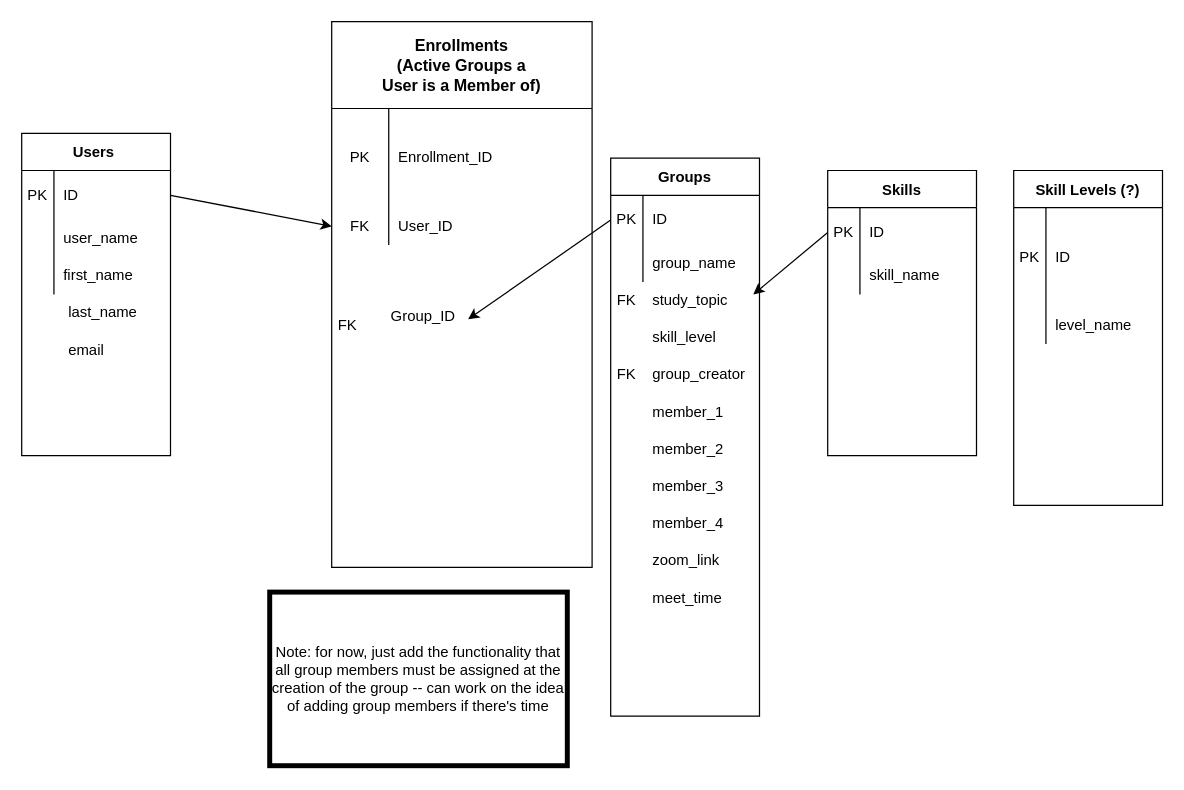
Above: erd/er.dio in shawnbradyrobinson/study-group-maker (draw.io), before the change. Source tidied: cells renumbered, new cells numbered last; positions are measured from the earlier drawing's top-left corner, leaving out a move shared by most shapes. Both pictures are drawn from the tidied source at 124%, with x=0, y=0 at pixel (21, 21).
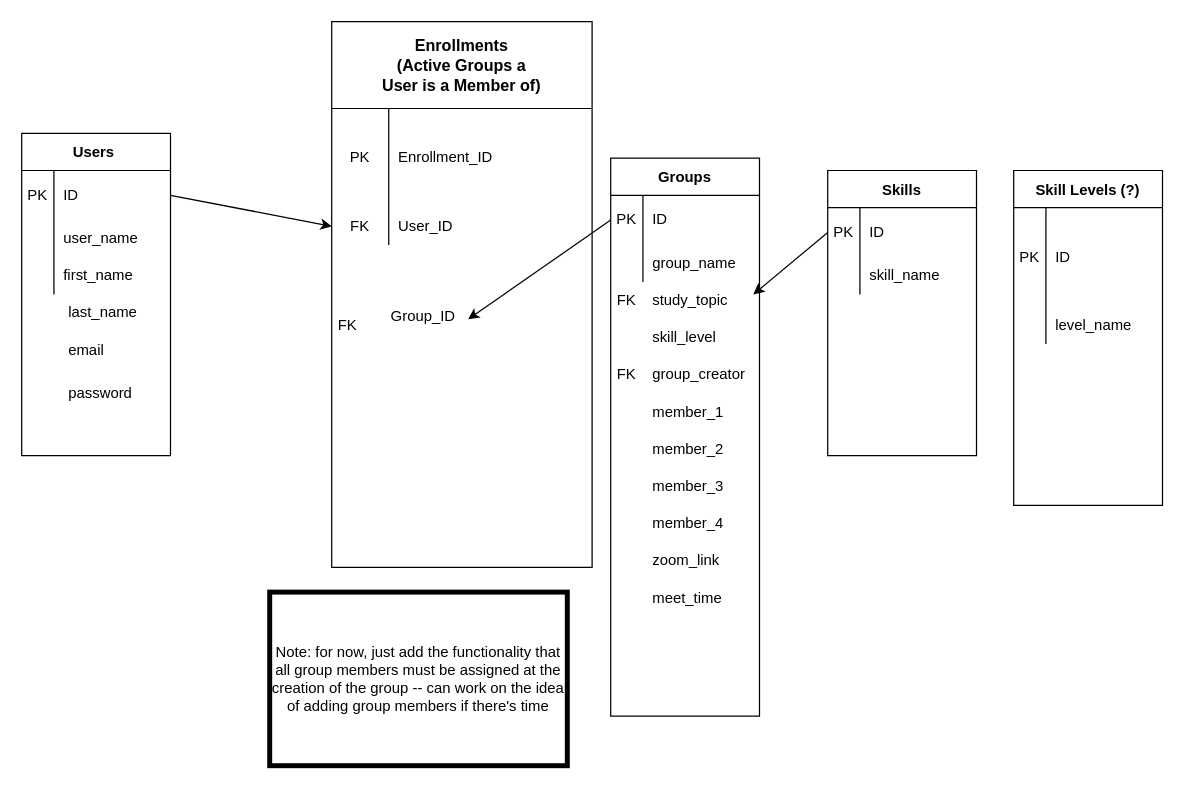
The same diagram, later.

Diff of the diagram source:
```diff
@@
+    <mxCell id="60" value="password" style="shape=partialRectangle;html=1;whiteSpace=wrap;fillColor=none;top=0;left=0;bottom=0;right=0;align=left;spacingLeft=6;overflow=hidden;" parent="1" vertex="1">
+      <mxGeometry x="30" y="285" width="140" height="30" as="geometry" />
+    </mxCell>
```
